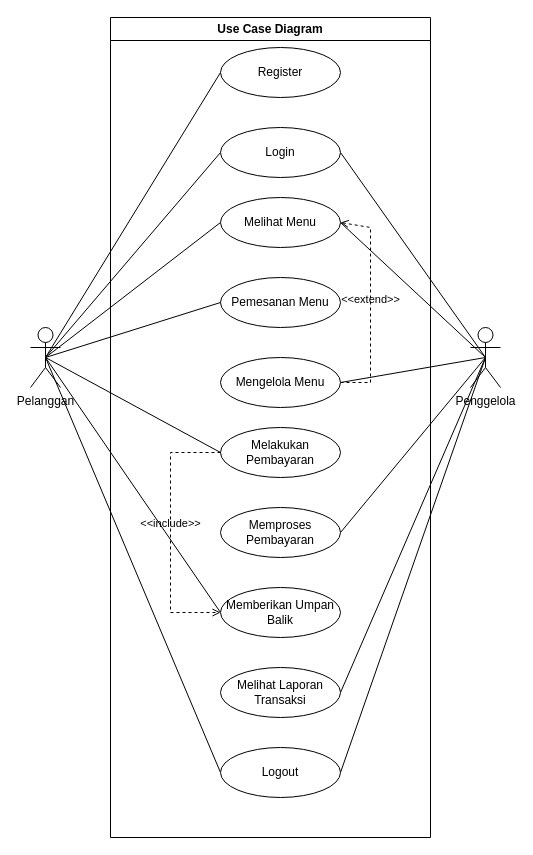
Earlier version of the draw.io diagram page "Use Case" (1 of 5) of Docs/Use Case/Untitled Diagram.drawio (gustitriprayoga/Sistem-Pembayaran-QR). Source tidied: cells renumbered, new cells numbered last; positions are measured from the earlier drawing's top-left corner, leaving out a move shared by most shapes. Both pictures are drawn from the tidied source at 100%, with x=0, y=0 at pixel (30, 17).
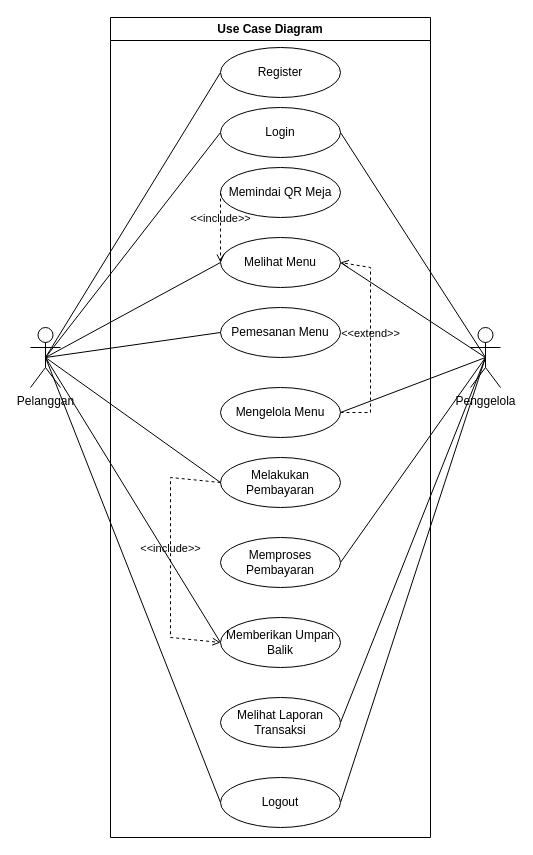
After the change.

The change refers to these unchanged cells:
```xml
<mxCell id="18" value="Use Case Diagram" style="swimlane;whiteSpace=wrap;html=1;" parent="1" vertex="1">
  <mxGeometry x="80" width="320" height="820" as="geometry" />
</mxCell>
```

The edit, as a diff of the source:
```diff
@@
-    <mxCell id="17" value="Login" style="ellipse;whiteSpace=wrap;html=1;" parent="1" vertex="1">
-      <mxGeometry x="190" y="110" width="120" height="50" as="geometry" />
-    </mxCell>
@@
     <mxCell id="19" value="Melihat Menu" style="ellipse;whiteSpace=wrap;html=1;" parent="18" vertex="1">
-      <mxGeometry x="110" y="180" width="120" height="50" as="geometry" />
+      <mxGeometry x="110" y="220" width="120" height="50" as="geometry" />
     </mxCell>
     <mxCell id="20" value="&amp;lt;&amp;lt;extend&amp;gt;&amp;gt;" style="html=1;verticalAlign=bottom;labelBackgroundColor=none;endArrow=open;endFill=0;dashed=1;rounded=0;entryX=1;entryY=0.5;entryDx=0;entryDy=0;exitX=1;exitY=0.5;exitDx=0;exitDy=0;" parent="18" edge="1" source="21" target="19">
       <mxGeometry x="-0.03" relative="1" as="geometry">
         <Array as="points">
-          <mxPoint x="260" y="365" />
-          <mxPoint x="260" y="210" />
+          <mxPoint x="260" y="395" />
+          <mxPoint x="260" y="250" />
         </Array>
       </mxGeometry>
     </mxCell>
     <mxCell id="21" value="Mengelola Menu" style="ellipse;whiteSpace=wrap;html=1;" parent="18" vertex="1">
-      <mxGeometry x="110" y="340" width="120" height="50" as="geometry" />
+      <mxGeometry x="110" y="370" width="120" height="50" as="geometry" />
     </mxCell>
     <mxCell id="22" value="Melakukan Pembayaran" style="ellipse;whiteSpace=wrap;html=1;" parent="18" vertex="1">
-      <mxGeometry x="110" y="410" width="120" height="50" as="geometry" />
+      <mxGeometry x="110" y="440" width="120" height="50" as="geometry" />
     </mxCell>
     <mxCell id="23" value="&amp;lt;&amp;lt;include&amp;gt;&amp;gt;" style="html=1;verticalAlign=bottom;labelBackgroundColor=none;endArrow=open;endFill=0;dashed=1;rounded=0;exitX=0;exitY=0.5;exitDx=0;exitDy=0;entryX=0;entryY=0.5;entryDx=0;entryDy=0;" parent="18" edge="1" source="22" target="25">
       <mxGeometry relative="1" as="geometry">
         <Array as="points">
-          <mxPoint x="60" y="435" />
-          <mxPoint x="60" y="595" />
+          <mxPoint x="60" y="460" />
+          <mxPoint x="60" y="620" />
         </Array>
       </mxGeometry>
     </mxCell>
     <mxCell id="24" value="Memproses Pembayaran" style="ellipse;whiteSpace=wrap;html=1;" parent="18" vertex="1">
-      <mxGeometry x="110" y="490" width="120" height="50" as="geometry" />
+      <mxGeometry x="110" y="520" width="120" height="50" as="geometry" />
     </mxCell>
     <mxCell id="25" value="Memberikan Umpan Balik" style="ellipse;whiteSpace=wrap;html=1;" parent="18" vertex="1">
-      <mxGeometry x="110" y="570" width="120" height="50" as="geometry" />
+      <mxGeometry x="110" y="600" width="120" height="50" as="geometry" />
     </mxCell>
     <mxCell id="26" value="Melihat Laporan Transaksi" style="ellipse;whiteSpace=wrap;html=1;" parent="18" vertex="1">
-      <mxGeometry x="110" y="650" width="120" height="50" as="geometry" />
+      <mxGeometry x="110" y="680" width="120" height="50" as="geometry" />
     </mxCell>
     <mxCell id="27" value="Logout" style="ellipse;whiteSpace=wrap;html=1;" parent="18" vertex="1">
-      <mxGeometry x="110" y="730" width="120" height="50" as="geometry" />
+      <mxGeometry x="110" y="760" width="120" height="50" as="geometry" />
     </mxCell>
     <mxCell id="28" value="Pemesanan Menu" style="ellipse;whiteSpace=wrap;html=1;" parent="18" vertex="1">
-      <mxGeometry x="110" y="260" width="120" height="50" as="geometry" />
+      <mxGeometry x="110" y="290" width="120" height="50" as="geometry" />
     </mxCell>
+    <mxCell id="17" value="Login" style="ellipse;whiteSpace=wrap;html=1;" parent="18" vertex="1">
+      <mxGeometry x="110" y="90" width="120" height="50" as="geometry" />
+    </mxCell>
+    <mxCell id="30" value="Memindai QR Meja" style="ellipse;whiteSpace=wrap;html=1;" parent="18" vertex="1">
+      <mxGeometry x="110" y="150" width="120" height="50" as="geometry" />
+    </mxCell>
+    <mxCell id="31" value="&amp;lt;&amp;lt;include&amp;gt;&amp;gt;" style="html=1;verticalAlign=bottom;labelBackgroundColor=none;endArrow=open;endFill=0;dashed=1;rounded=0;entryX=0;entryY=0.5;entryDx=0;entryDy=0;exitX=0;exitY=0.5;exitDx=0;exitDy=0;" parent="18" edge="1" source="30" target="19">
+      <mxGeometry relative="1" as="geometry" />
+    </mxCell>
```
